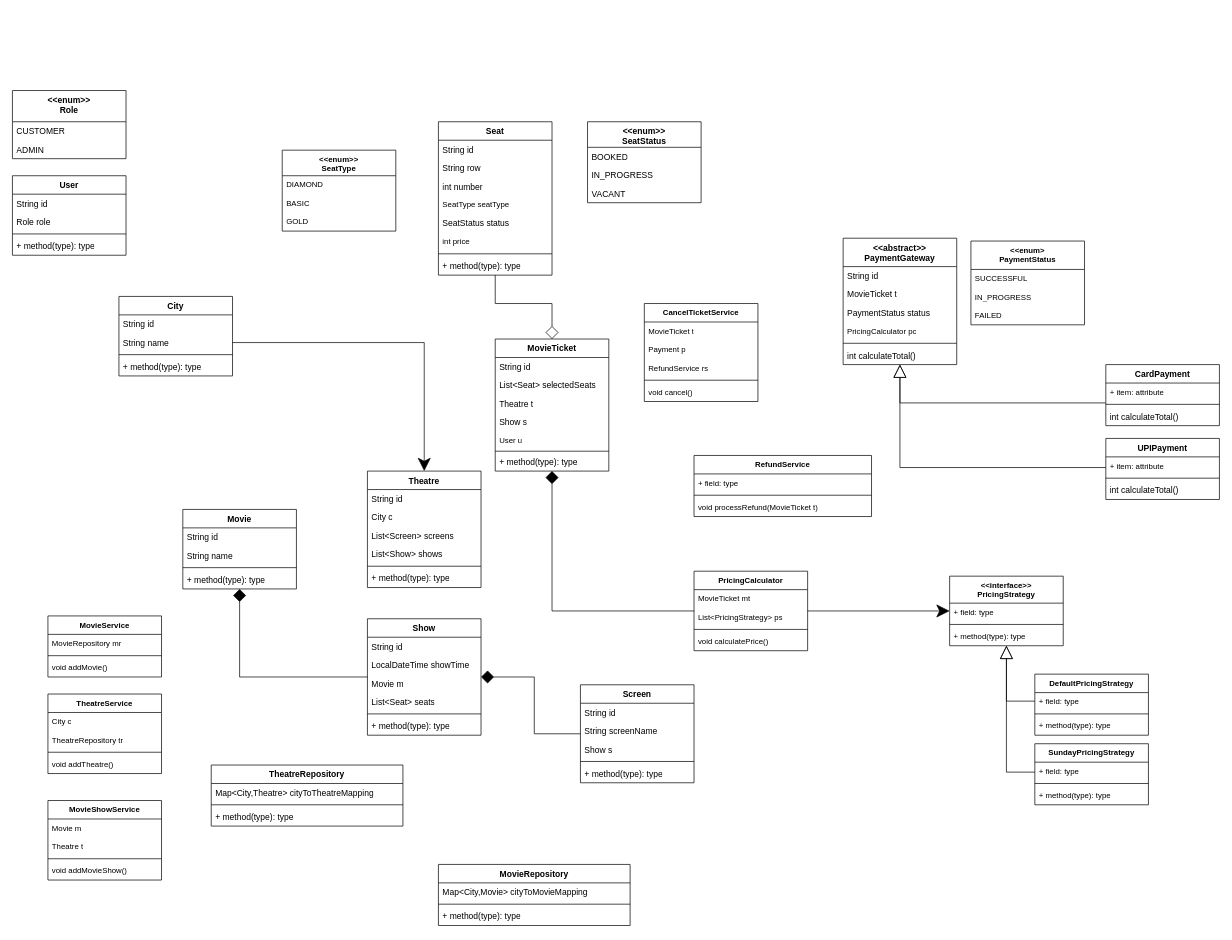
The draw.io diagram BMS_LLD.drawio in akshat-code21/book_my_show, before the edit. Source tidied: cells renumbered, new cells numbered last; positions are measured from the earlier drawing's top-left corner, leaving out a move shared by most shapes. Both pictures are drawn from the tidied source at 71%, with x=0, y=0 at pixel (12, 90).
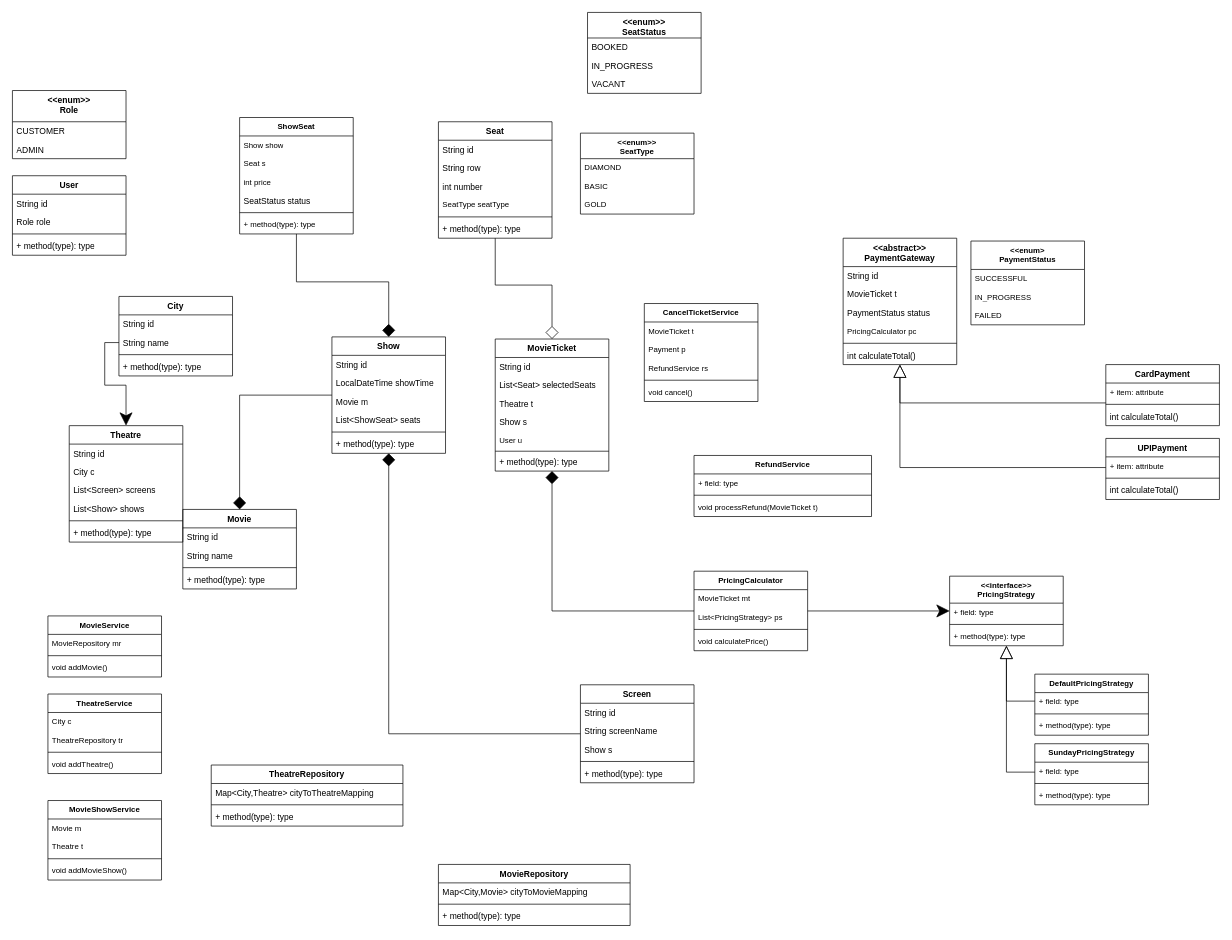
The same page after the edit.

The edit, as a diff of the source:
```diff
@@
     <mxCell id="15" value="Theatre" style="swimlane;fontStyle=1;align=center;verticalAlign=top;horizontal=1;startSize=26;whiteSpace=wrap;html=1;" parent="1" vertex="1">
-      <mxGeometry x="500" y="536" width="160" height="164" as="geometry" />
+      <mxGeometry x="80" y="472" width="160" height="164" as="geometry" />
     </mxCell>
@@
     <mxCell id="35" value="Show" style="swimlane;fontStyle=1;align=center;verticalAlign=top;horizontal=1;startSize=26;whiteSpace=wrap;html=1;" parent="1" vertex="1">
-      <mxGeometry x="500" y="744" width="160" height="164" as="geometry" />
+      <mxGeometry x="450" y="347" width="160" height="164" as="geometry" />
     </mxCell>
@@
-    <mxCell id="39" value="List&amp;lt;Seat&amp;gt; seats" style="text;strokeColor=none;fillColor=none;align=left;verticalAlign=top;spacingLeft=4;spacingRight=4;overflow=hidden;whiteSpace=wrap;html=1;" parent="35" vertex="1">
+    <mxCell id="39" value="List&amp;lt;ShowSeat&amp;gt; seats" style="text;strokeColor=none;fillColor=none;align=left;verticalAlign=top;spacingLeft=4;spacingRight=4;overflow=hidden;whiteSpace=wrap;html=1;" parent="35" vertex="1">
       <mxGeometry y="104" width="160" height="26" as="geometry" />
     </mxCell>
@@
     <mxCell id="51" value="Seat" style="swimlane;fontStyle=1;align=center;verticalAlign=top;horizontal=1;startSize=26;whiteSpace=wrap;html=1;" parent="1" vertex="1">
-      <mxGeometry x="600" y="44" width="160" height="216" as="geometry" />
+      <mxGeometry x="600" y="44" width="160" height="164" as="geometry" />
     </mxCell>
@@
-    <mxCell id="56" value="SeatStatus status" style="text;strokeColor=none;fillColor=none;align=left;verticalAlign=top;spacingLeft=4;spacingRight=4;overflow=hidden;whiteSpace=wrap;html=1;" parent="51" vertex="1">
-      <mxGeometry y="130" width="160" height="26" as="geometry" />
-    </mxCell>
-    <mxCell id="57" value="int price" style="text;strokeColor=none;fillColor=none;align=left;verticalAlign=top;spacingLeft=4;spacingRight=4;overflow=hidden;whiteSpace=wrap;html=1;fontFamily=Helvetica;fontSize=11;fontColor=default;labelBackgroundColor=default;" parent="51" vertex="1">
-      <mxGeometry y="156" width="160" height="26" as="geometry" />
-    </mxCell>
     <mxCell id="58" style="line;strokeWidth=1;fillColor=none;align=left;verticalAlign=middle;spacingTop=-1;spacingLeft=3;spacingRight=3;labelPosition=right;strokeColor=inherit;" parent="51" vertex="1">
-      <mxGeometry y="182" width="160" height="8" as="geometry" />
+      <mxGeometry y="130" width="160" height="8" as="geometry" />
     </mxCell>
     <mxCell id="59" value="+ method(type): type" style="text;strokeColor=none;fillColor=none;align=left;verticalAlign=top;spacingLeft=4;spacingRight=4;overflow=hidden;whiteSpace=wrap;html=1;" parent="51" vertex="1">
-      <mxGeometry y="190" width="160" height="26" as="geometry" />
+      <mxGeometry y="138" width="160" height="26" as="geometry" />
     </mxCell>
     <mxCell id="60" value="&amp;lt;&amp;lt;enum&amp;gt;&amp;gt;&lt;br&gt;SeatStatus" style="swimlane;fontStyle=1;align=center;verticalAlign=top;horizontal=1;startSize=36;whiteSpace=wrap;html=1;" parent="1" vertex="1">
-      <mxGeometry x="810" y="44" width="160" height="114" as="geometry" />
+      <mxGeometry x="810" y="-110" width="160" height="114" as="geometry" />
     </mxCell>
@@
     <mxCell id="117" value="&amp;lt;&amp;lt;enum&amp;gt;&amp;gt;&lt;br&gt;SeatType" style="swimlane;fontStyle=1;align=center;verticalAlign=top;horizontal=1;startSize=36;whiteSpace=wrap;html=1;fontFamily=Helvetica;fontSize=11;fontColor=default;labelBackgroundColor=default;" parent="1" vertex="1">
-      <mxGeometry x="380" y="84" width="160" height="114" as="geometry" />
+      <mxGeometry x="800" y="60" width="160" height="114" as="geometry" />
     </mxCell>
@@
+    <mxCell id="143" style="edgeStyle=orthogonalEdgeStyle;shape=connector;rounded=0;jettySize=auto;html=1;strokeColor=default;align=center;verticalAlign=middle;fontFamily=Helvetica;fontSize=11;fontColor=default;labelBackgroundColor=default;startSize=16;endArrow=diamond;endFill=1;endSize=16;" parent="1" edge="1" source="144" target="35">
+      <mxGeometry relative="1" as="geometry" />
+    </mxCell>
+    <mxCell id="144" value="ShowSeat" style="swimlane;fontStyle=1;align=center;verticalAlign=top;horizontal=1;startSize=26;whiteSpace=wrap;html=1;fontFamily=Helvetica;fontSize=11;fontColor=default;labelBackgroundColor=default;" parent="1" vertex="1">
+      <mxGeometry x="320" y="38" width="160" height="164" as="geometry" />
+    </mxCell>
+    <mxCell id="145" value="Show show" style="text;strokeColor=none;fillColor=none;align=left;verticalAlign=top;spacingLeft=4;spacingRight=4;overflow=hidden;whiteSpace=wrap;html=1;fontFamily=Helvetica;fontSize=11;fontColor=default;labelBackgroundColor=default;" parent="144" vertex="1">
+      <mxGeometry y="26" width="160" height="26" as="geometry" />
+    </mxCell>
+    <mxCell id="146" value="Seat s" style="text;strokeColor=none;fillColor=none;align=left;verticalAlign=top;spacingLeft=4;spacingRight=4;overflow=hidden;whiteSpace=wrap;html=1;fontFamily=Helvetica;fontSize=11;fontColor=default;labelBackgroundColor=default;" parent="144" vertex="1">
+      <mxGeometry y="52" width="160" height="26" as="geometry" />
+    </mxCell>
+    <mxCell id="57" value="int price" style="text;strokeColor=none;fillColor=none;align=left;verticalAlign=top;spacingLeft=4;spacingRight=4;overflow=hidden;whiteSpace=wrap;html=1;fontFamily=Helvetica;fontSize=11;fontColor=default;labelBackgroundColor=default;" parent="144" vertex="1">
+      <mxGeometry y="78" width="160" height="26" as="geometry" />
+    </mxCell>
+    <mxCell id="56" value="SeatStatus status" style="text;strokeColor=none;fillColor=none;align=left;verticalAlign=top;spacingLeft=4;spacingRight=4;overflow=hidden;whiteSpace=wrap;html=1;" parent="144" vertex="1">
+      <mxGeometry y="104" width="160" height="26" as="geometry" />
+    </mxCell>
+    <mxCell id="147" style="line;strokeWidth=1;fillColor=none;align=left;verticalAlign=middle;spacingTop=-1;spacingLeft=3;spacingRight=3;labelPosition=right;strokeColor=inherit;fontFamily=Helvetica;fontSize=11;fontColor=default;labelBackgroundColor=default;" parent="144" vertex="1">
+      <mxGeometry y="130" width="160" height="8" as="geometry" />
+    </mxCell>
+    <mxCell id="148" value="+ method(type): type" style="text;strokeColor=none;fillColor=none;align=left;verticalAlign=top;spacingLeft=4;spacingRight=4;overflow=hidden;whiteSpace=wrap;html=1;fontFamily=Helvetica;fontSize=11;fontColor=default;labelBackgroundColor=default;" parent="144" vertex="1">
+      <mxGeometry y="138" width="160" height="26" as="geometry" />
+    </mxCell>
```
